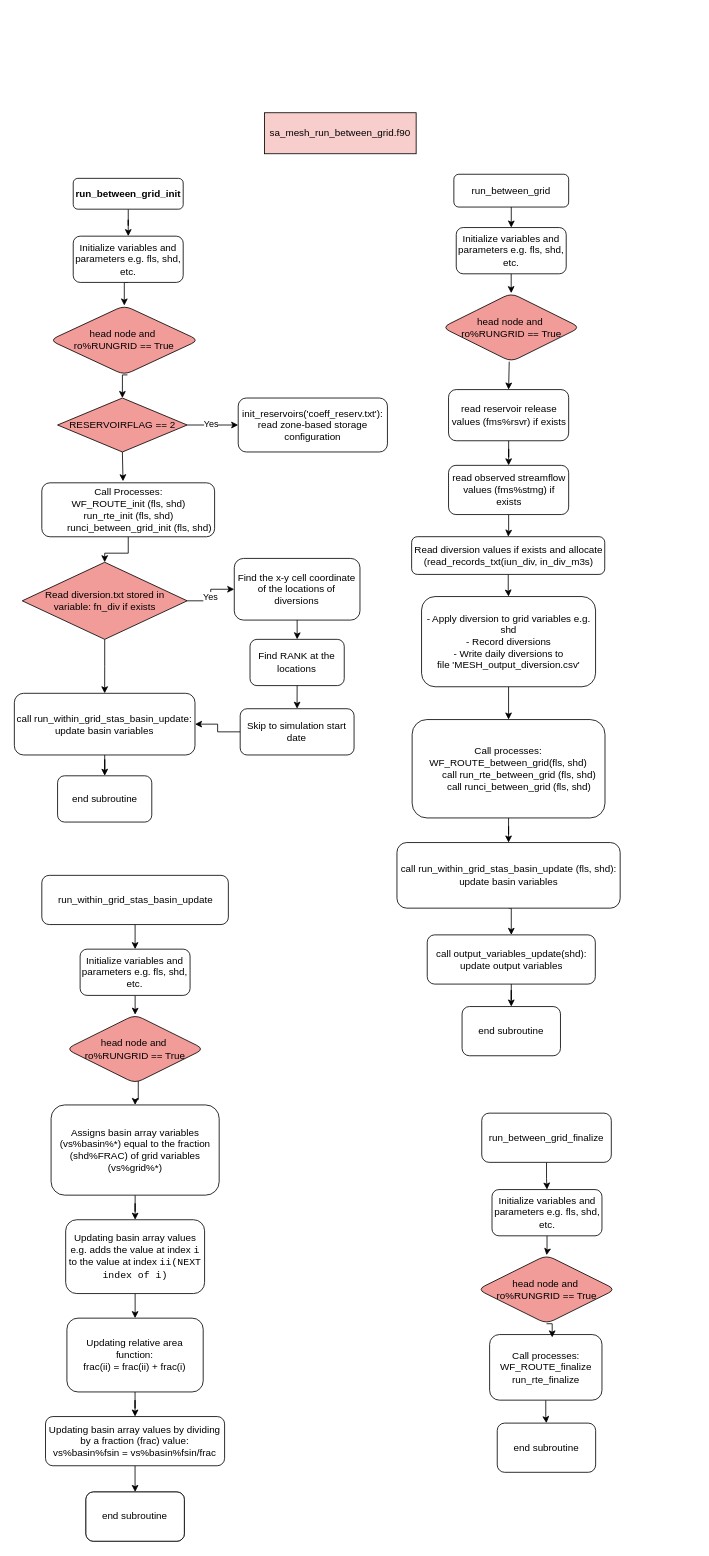
MeshMapping/r1860_ME_ZT-Mappings keeps this draw.io diagram as sa_mesh_run_between_grid.drawio. Above is the earlier version. Source tidied: cells renumbered, new cells numbered last; positions are measured from the earlier drawing's top-left corner, leaving out a move shared by most shapes. Both pictures are drawn from the tidied source at 82%, with x=0, y=0 at pixel (14, 112).
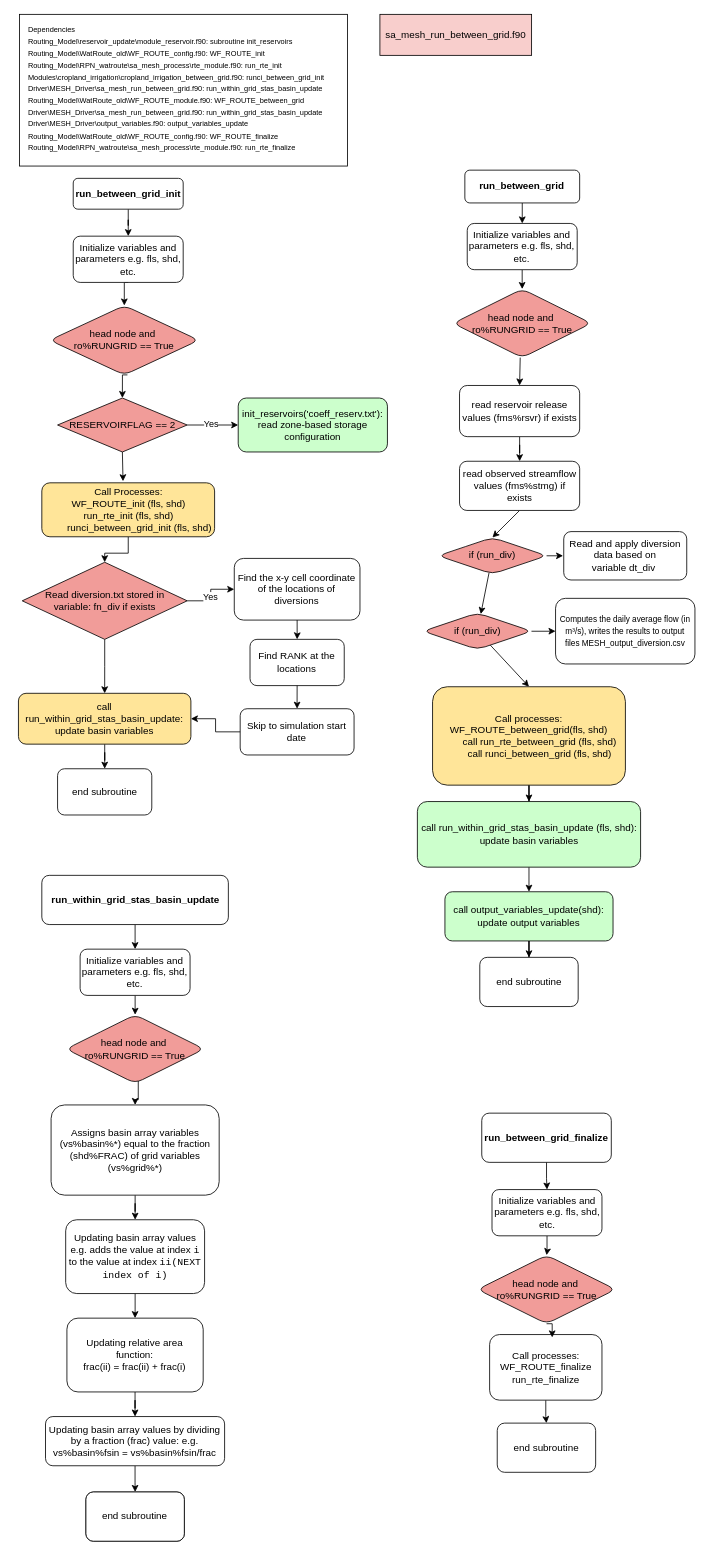
The same page after the edit.

Commit message (it also covers changes not shown here):
Modified some blocks and added list of dependencies

The change refers to these unchanged cells:
```xml
<mxCell id="3" style="group;" parent="1" vertex="1">
  <mxGeometry y="80" width="455" height="785" as="geometry" />
</mxCell>
<mxCell id="30" style="group;" parent="1" vertex="1">
  <mxGeometry x="33.5" y="930" width="227.5" height="812" as="geometry" />
</mxCell>
<mxCell id="47" style="group;" parent="1" vertex="1">
  <mxGeometry x="564.8" y="1220" width="168.5" height="438" as="geometry" />
</mxCell>
```

The edit, as a diff of the source:
```diff
@@
     <mxCell id="2" value="sa_mesh_run_between_grid.f90" style="rounded=0;whiteSpace=wrap;html=1;fillColor=#F8CECC;" parent="1" vertex="1">
-      <mxGeometry x="305" width="185" height="50" as="geometry" />
+      <mxGeometry x="445.8" y="-120" width="185" height="50" as="geometry" />
     </mxCell>
@@
-    <mxCell id="6" value="init_reservoirs('coeff_reserv.txt'):&lt;div&gt;read zone-based storage configuration&lt;/div&gt;" style="whiteSpace=wrap;html=1;rounded=1;" parent="3" vertex="1">
+    <mxCell id="6" value="init_reservoirs('coeff_reserv.txt'):&lt;div&gt;read zone-based storage configuration&lt;/div&gt;" style="whiteSpace=wrap;html=1;rounded=1;fillColor=#CCFFCC;" parent="3" vertex="1">
       <mxGeometry x="273" y="267.9" width="182" height="65.8" as="geometry" />
     </mxCell>
@@
-    <mxCell id="11" value="Call Processes:&lt;div&gt;&lt;div&gt;WF_ROUTE_init&amp;nbsp;(fls, shd)&lt;/div&gt;&lt;div&gt;run_rte_init&amp;nbsp;(fls, shd)&lt;/div&gt;&lt;div&gt;&amp;nbsp; &amp;nbsp; &amp;nbsp; &amp;nbsp; runci_between_grid_init&amp;nbsp;(fls, shd)&lt;/div&gt;&lt;/div&gt;" style="rounded=1;whiteSpace=wrap;html=1;" parent="3" vertex="1">
+    <mxCell id="11" value="Call Processes:&lt;div&gt;&lt;div&gt;WF_ROUTE_init&amp;nbsp;(fls, shd)&lt;/div&gt;&lt;div&gt;run_rte_init&amp;nbsp;(fls, shd)&lt;/div&gt;&lt;div&gt;&amp;nbsp; &amp;nbsp; &amp;nbsp; &amp;nbsp; runci_between_grid_init&amp;nbsp;(fls, shd)&lt;/div&gt;&lt;/div&gt;" style="rounded=1;whiteSpace=wrap;html=1;fillColor=#FFE599;" parent="3" vertex="1">
       <mxGeometry x="33.5" y="371.3" width="210.7" height="65.8" as="geometry" />
     </mxCell>
@@
-    <mxCell id="14" value="call run_within_grid_stas_basin_update:&lt;div&gt;update basin variables&lt;/div&gt;" style="whiteSpace=wrap;html=1;rounded=1;" parent="3" vertex="1">
-      <mxGeometry y="628" width="220.3" height="75.2" as="geometry" />
+    <mxCell id="14" value="call run_within_grid_stas_basin_update:&lt;div&gt;update basin variables&lt;/div&gt;" style="whiteSpace=wrap;html=1;rounded=1;fillColor=#FFE599;" parent="3" vertex="1">
+      <mxGeometry x="5" y="628" width="210.3" height="62" as="geometry" />
     </mxCell>
     <mxCell id="15" value="end subroutine" style="whiteSpace=wrap;html=1;rounded=1;" parent="3" vertex="1">
-      <mxGeometry x="52.7" y="728.6" width="114.9" height="56.4" as="geometry" />
+      <mxGeometry x="52.7" y="720" width="114.9" height="56.4" as="geometry" />
     </mxCell>
@@
-    <mxCell id="32" value="run_within_grid_stas_basin_update" style="rounded=1;whiteSpace=wrap;html=1;" parent="30" vertex="1">
+    <mxCell id="32" value="&lt;b&gt;run_within_grid_stas_basin_update&lt;/b&gt;" style="rounded=1;whiteSpace=wrap;html=1;" parent="30" vertex="1">
       <mxGeometry width="227.5" height="60" as="geometry" />
     </mxCell>
@@
-    <mxCell id="41" value="Updating basin array values by dividing by a fraction (frac) value:&lt;br&gt;vs%basin%fsin = vs%basin%fsin/frac" style="whiteSpace=wrap;html=1;rounded=1;" parent="30" vertex="1">
+    <mxCell id="41" value="Updating basin array values by dividing by a fraction (frac) value: e.g.&lt;br&gt;vs%basin%fsin = vs%basin%fsin/frac" style="whiteSpace=wrap;html=1;rounded=1;" parent="30" vertex="1">
       <mxGeometry x="4.5" y="660" width="218.4" height="60" as="geometry" />
     </mxCell>
@@
-    <mxCell id="49" value="run_between_grid_finalize" style="rounded=1;whiteSpace=wrap;html=1;" parent="47" vertex="1">
+    <mxCell id="49" value="&lt;b&gt;run_between_grid_finalize&lt;/b&gt;" style="rounded=1;whiteSpace=wrap;html=1;" parent="47" vertex="1">
       <mxGeometry x="5.2" width="158" height="60" as="geometry" />
     </mxCell>
@@
-    <mxCell id="57" style="group;" parent="1" vertex="1">
-      <mxGeometry x="466.6" y="75" width="272.2" height="1075" as="geometry" />
-    </mxCell>
-    <mxCell id="58" style="edgeStyle=orthogonalEdgeStyle;rounded=0;jettySize=auto;html=1;entryX=0.5;entryY=0;entryDx=0;entryDy=0;" parent="57" edge="1" source="59" target="61">
+    <mxCell id="58" style="edgeStyle=orthogonalEdgeStyle;rounded=0;jettySize=auto;html=1;entryX=0.5;entryY=0;entryDx=0;entryDy=0;" parent="1" edge="1" source="59" target="61">
       <mxGeometry relative="1" as="geometry" />
     </mxCell>
-    <mxCell id="59" value="run_between_grid" style="rounded=1;whiteSpace=wrap;html=1;" parent="57" vertex="1">
-      <mxGeometry x="69.4" width="140" height="40" as="geometry" />
+    <mxCell id="59" value="&lt;b&gt;run_between_grid&lt;/b&gt;" style="rounded=1;whiteSpace=wrap;html=1;" parent="1" vertex="1">
+      <mxGeometry x="549.4" y="70" width="140" height="40" as="geometry" />
     </mxCell>
-    <mxCell id="60" style="edgeStyle=orthogonalEdgeStyle;rounded=0;jettySize=auto;html=1;entryX=0.5;entryY=0;entryDx=0;entryDy=0;" parent="57" edge="1" source="61" target="62">
+    <mxCell id="60" style="edgeStyle=orthogonalEdgeStyle;rounded=0;jettySize=auto;html=1;entryX=0.5;entryY=0;entryDx=0;entryDy=0;" parent="1" edge="1" source="61" target="62">
       <mxGeometry relative="1" as="geometry" />
     </mxCell>
-    <mxCell id="61" value="Initialize variables and parameters e.g. fls, shd, etc." style="rounded=1;whiteSpace=wrap;html=1;" parent="57" vertex="1">
-      <mxGeometry x="72.3" y="65" width="134.1" height="56.4" as="geometry" />
+    <mxCell id="61" value="Initialize variables and parameters e.g. fls, shd, etc." style="rounded=1;whiteSpace=wrap;html=1;" parent="1" vertex="1">
+      <mxGeometry x="552.3" y="135" width="134.1" height="56.4" as="geometry" />
     </mxCell>
-    <mxCell id="62" value="head node and&amp;nbsp;&lt;div&gt;ro%RUNGRID == True&lt;/div&gt;" style="rhombus;whiteSpace=wrap;html=1;rounded=1;fillColor=#F19C99;" parent="57" vertex="1">
-      <mxGeometry x="55.1" y="145" width="168.5" height="83.6" as="geometry" />
+    <mxCell id="62" value="head node and&amp;nbsp;&lt;div&gt;ro%RUNGRID == True&lt;/div&gt;" style="rhombus;whiteSpace=wrap;html=1;rounded=1;fillColor=#F19C99;" parent="1" vertex="1">
+      <mxGeometry x="535.1" y="215" width="168.5" height="83.6" as="geometry" />
     </mxCell>
-    <mxCell id="63" style="edgeStyle=orthogonalEdgeStyle;rounded=0;jettySize=auto;html=1;" parent="57" edge="1" source="64" target="66">
+    <mxCell id="63" style="edgeStyle=orthogonalEdgeStyle;rounded=0;jettySize=auto;html=1;" parent="1" edge="1" source="64" target="66">
       <mxGeometry relative="1" as="geometry" />
     </mxCell>
-    <mxCell id="64" value="read reservoir release values (fms%rsvr) if exists" style="whiteSpace=wrap;html=1;rounded=1;" parent="57" vertex="1">
-      <mxGeometry x="62.9" y="262.6" width="146.5" height="62.4" as="geometry" />
+    <mxCell id="64" value="read reservoir release values (fms%rsvr) if exists" style="whiteSpace=wrap;html=1;rounded=1;" parent="1" vertex="1">
+      <mxGeometry x="542.9" y="332.6" width="146.5" height="62.4" as="geometry" />
     </mxCell>
-    <mxCell id="65" style="edgeStyle=orthogonalEdgeStyle;rounded=0;jettySize=auto;html=1;" parent="57" edge="1" source="66" target="68">
-      <mxGeometry relative="1" as="geometry" />
-    </mxCell>
+    <mxCell id="80" style="rounded=0;jettySize=auto;html=1;exitX=0.5;exitY=1;exitDx=0;exitDy=0;entryX=0.5;entryY=0;entryDx=0;entryDy=0;" parent="1" edge="1" source="66" target="83">
+      <mxGeometry relative="1" as="geometry" />
+    </mxCell>
-    <mxCell id="66" value="read observed streamflow values (fms%stmg) if exists" style="whiteSpace=wrap;html=1;rounded=1;" parent="57" vertex="1">
-      <mxGeometry x="62.9" y="355" width="146.5" height="60" as="geometry" />
+    <mxCell id="66" value="read observed streamflow values (fms%stmg) if exists" style="whiteSpace=wrap;html=1;rounded=1;" parent="1" vertex="1">
+      <mxGeometry x="542.9" y="425" width="146.5" height="60" as="geometry" />
     </mxCell>
-    <mxCell id="67" style="edgeStyle=orthogonalEdgeStyle;rounded=0;jettySize=auto;html=1;" parent="57" edge="1" source="68" target="71">
-      <mxGeometry relative="1" as="geometry" />
-    </mxCell>
-    <mxCell id="68" value="Read diversion values if exists and allocate&lt;div&gt;(read_records_txt(iun_div, in_div_m3s)&lt;/div&gt;" style="whiteSpace=wrap;html=1;rounded=1;" parent="57" vertex="1">
-      <mxGeometry x="17.9" y="442" width="235.5" height="46" as="geometry" />
+    <mxCell id="68" value="Read and apply diversion data based on variable&amp;nbsp;dt_div&amp;nbsp;" style="whiteSpace=wrap;html=1;rounded=1;" parent="1" vertex="1">
+      <mxGeometry x="670" y="510.8" width="150" height="59" as="geometry" />
     </mxCell>
-    <mxCell id="69" style="edgeStyle=orthogonalEdgeStyle;rounded=0;jettySize=auto;html=1;" parent="57" edge="1" target="73">
+    <mxCell id="69" style="edgeStyle=orthogonalEdgeStyle;rounded=0;jettySize=auto;html=1;" parent="1" edge="1" target="73">
       <mxGeometry relative="1" as="geometry">
-        <mxPoint x="149.7" y="685" as="sourcePoint" />
+        <mxPoint x="629.7" y="755" as="sourcePoint" />
       </mxGeometry>
     </mxCell>
-    <mxCell id="70" style="edgeStyle=orthogonalEdgeStyle;rounded=0;jettySize=auto;html=1;entryX=0.5;entryY=0;entryDx=0;entryDy=0;" parent="57" edge="1" source="71" target="73">
+    <mxCell id="70" style="rounded=0;jettySize=auto;html=1;entryX=0.5;entryY=0;entryDx=0;entryDy=0;" parent="1" edge="1" source="85" target="73">
       <mxGeometry relative="1" as="geometry" />
     </mxCell>
-    <mxCell id="71" value="- Apply diversion to grid variables e.g. shd&lt;div&gt;- Record diversions&lt;/div&gt;&lt;div&gt;- Write daily diversions to file&amp;nbsp;'MESH_output_diversion.csv'&lt;/div&gt;" style="whiteSpace=wrap;html=1;rounded=1;" parent="57" vertex="1">
-      <mxGeometry x="30" y="515" width="212.2" height="110" as="geometry" />
-    </mxCell>
-    <mxCell id="72" style="edgeStyle=orthogonalEdgeStyle;rounded=0;jettySize=auto;html=1;entryX=0.5;entryY=0;entryDx=0;entryDy=0;" parent="57" edge="1" source="73" target="75">
+    <mxCell id="72" style="edgeStyle=orthogonalEdgeStyle;rounded=0;jettySize=auto;html=1;entryX=0.5;entryY=0;entryDx=0;entryDy=0;" parent="1" edge="1" source="73" target="75">
       <mxGeometry relative="1" as="geometry" />
     </mxCell>
-    <mxCell id="73" value="&lt;div&gt;Call processes:&lt;/div&gt;&lt;div&gt;WF_ROUTE_between_grid(fls, shd)&lt;/div&gt;&lt;div&gt;&amp;nbsp; &amp;nbsp; &amp;nbsp; &amp;nbsp; call run_rte_between_grid&amp;nbsp;(fls, shd)&lt;/div&gt;&lt;div&gt;&amp;nbsp; &amp;nbsp; &amp;nbsp; &amp;nbsp; call runci_between_grid&amp;nbsp;(fls, shd)&lt;/div&gt;" style="whiteSpace=wrap;html=1;rounded=1;" parent="57" vertex="1">
-      <mxGeometry x="18.5" y="665" width="235.2" height="120" as="geometry" />
+    <mxCell id="73" value="&lt;div&gt;Call processes:&lt;/div&gt;&lt;div&gt;WF_ROUTE_between_grid(fls, shd)&lt;/div&gt;&lt;div&gt;&amp;nbsp; &amp;nbsp; &amp;nbsp; &amp;nbsp; call run_rte_between_grid&amp;nbsp;(fls, shd)&lt;/div&gt;&lt;div&gt;&amp;nbsp; &amp;nbsp; &amp;nbsp; &amp;nbsp; call runci_between_grid&amp;nbsp;(fls, shd)&lt;/div&gt;" style="whiteSpace=wrap;html=1;rounded=1;fillColor=#FFE599;" parent="1" vertex="1">
+      <mxGeometry x="510" y="700" width="235.2" height="120" as="geometry" />
     </mxCell>
-    <mxCell id="74" style="edgeStyle=orthogonalEdgeStyle;rounded=0;jettySize=auto;html=1;exitX=0.5;exitY=1;exitDx=0;exitDy=0;entryX=0.5;entryY=0;entryDx=0;entryDy=0;" parent="57" edge="1" source="75" target="77">
+    <mxCell id="74" style="edgeStyle=orthogonalEdgeStyle;rounded=0;jettySize=auto;html=1;exitX=0.5;exitY=1;exitDx=0;exitDy=0;entryX=0.5;entryY=0;entryDx=0;entryDy=0;" parent="1" edge="1" source="75" target="77">
       <mxGeometry relative="1" as="geometry" />
     </mxCell>
-    <mxCell id="75" value="call run_within_grid_stas_basin_update (fls, shd):&lt;div&gt;update basin variables&lt;/div&gt;" style="whiteSpace=wrap;html=1;rounded=1;" parent="57" vertex="1">
-      <mxGeometry y="815" width="272.2" height="80" as="geometry" />
+    <mxCell id="75" value="call run_within_grid_stas_basin_update (fls, shd):&lt;div&gt;update basin variables&lt;/div&gt;" style="whiteSpace=wrap;html=1;rounded=1;fillColor=#CCFFCC;" parent="1" vertex="1">
+      <mxGeometry x="491.5" y="840" width="272.2" height="80" as="geometry" />
     </mxCell>
-    <mxCell id="76" style="edgeStyle=orthogonalEdgeStyle;rounded=0;jettySize=auto;html=1;exitX=0.5;exitY=1;exitDx=0;exitDy=0;" parent="57" edge="1" source="77" target="78">
+    <mxCell id="76" style="edgeStyle=orthogonalEdgeStyle;rounded=0;jettySize=auto;html=1;exitX=0.5;exitY=1;exitDx=0;exitDy=0;" parent="1" edge="1" source="77" target="78">
       <mxGeometry relative="1" as="geometry" />
     </mxCell>
-    <mxCell id="77" value="call output_variables_update(shd):&lt;div&gt;update output variables&lt;/div&gt;" style="whiteSpace=wrap;html=1;rounded=1;" parent="57" vertex="1">
-      <mxGeometry x="36.9" y="927.6" width="205" height="60" as="geometry" />
+    <mxCell id="77" value="call output_variables_update(shd):&lt;div&gt;update output variables&lt;/div&gt;" style="whiteSpace=wrap;html=1;rounded=1;fillColor=#CCFFCC;" parent="1" vertex="1">
+      <mxGeometry x="525.1" y="950" width="205" height="60" as="geometry" />
     </mxCell>
-    <mxCell id="78" value="end subroutine" style="whiteSpace=wrap;html=1;rounded=1;" parent="57" vertex="1">
-      <mxGeometry x="79.4" y="1015" width="120" height="60" as="geometry" />
+    <mxCell id="78" value="end subroutine" style="whiteSpace=wrap;html=1;rounded=1;" parent="1" vertex="1">
+      <mxGeometry x="567.6" y="1030" width="120" height="60" as="geometry" />
     </mxCell>
-    <mxCell id="79" style="edgeStyle=orthogonalEdgeStyle;rounded=0;jettySize=auto;html=1;exitX=0.5;exitY=1;exitDx=0;exitDy=0;entryX=0.5;entryY=0;entryDx=0;entryDy=0;" parent="57" edge="1" target="64">
+    <mxCell id="79" style="edgeStyle=orthogonalEdgeStyle;rounded=0;jettySize=auto;html=1;exitX=0.5;exitY=1;exitDx=0;exitDy=0;entryX=0.5;entryY=0;entryDx=0;entryDy=0;" parent="1" edge="1" target="64">
       <mxGeometry relative="1" as="geometry">
-        <mxPoint x="136.9" y="228.6" as="sourcePoint" />
+        <mxPoint x="616.9" y="298.6" as="sourcePoint" />
       </mxGeometry>
     </mxCell>
+    <mxCell id="81" style="edgeStyle=orthogonalEdgeStyle;rounded=0;jettySize=auto;html=1;" parent="1" edge="1" source="83" target="68">
+      <mxGeometry relative="1" as="geometry" />
+    </mxCell>
+    <mxCell id="82" style="rounded=0;jettySize=auto;html=1;" parent="1" edge="1" source="83" target="85">
+      <mxGeometry relative="1" as="geometry" />
+    </mxCell>
+    <mxCell id="83" value="if (run_div)" style="rhombus;whiteSpace=wrap;html=1;rounded=1;fillColor=#F19C99;" parent="1" vertex="1">
+      <mxGeometry x="516.9" y="518" width="132.3" height="44.5" as="geometry" />
+    </mxCell>
+    <mxCell id="84" style="edgeStyle=orthogonalEdgeStyle;rounded=0;jettySize=auto;html=1;entryX=0;entryY=0.5;entryDx=0;entryDy=0;" parent="1" edge="1" source="85" target="86">
+      <mxGeometry relative="1" as="geometry" />
+    </mxCell>
+    <mxCell id="85" value="if (run_div)" style="rhombus;whiteSpace=wrap;html=1;rounded=1;fillColor=#F19C99;" parent="1" vertex="1">
+      <mxGeometry x="498.5" y="610" width="132.3" height="44.5" as="geometry" />
+    </mxCell>
+    <mxCell id="86" value="&lt;font style=&quot;font-size: 10px;&quot;&gt;Computes the daily average flow (in m³/s), writes the results to output files&amp;nbsp;MESH_output_diversion.csv&lt;/font&gt;" style="whiteSpace=wrap;html=1;fillColor=#FFFFFF;rounded=1;" parent="1" vertex="1">
+      <mxGeometry x="660" y="592.2" width="170" height="80" as="geometry" />
+    </mxCell>
+    <mxCell id="87" style="group;" parent="1" vertex="1">
+      <mxGeometry x="6.2" y="-120" width="400" height="185" as="geometry" />
+    </mxCell>
+    <mxCell id="88" style="rounded=0;whiteSpace=wrap;html=1;" parent="87" vertex="1">
+      <mxGeometry width="400" height="185" as="geometry" />
+    </mxCell>
+    <mxCell id="89" value="&lt;font style=&quot;font-size: 9px;&quot;&gt;Dependencies&lt;/font&gt;&lt;div&gt;&lt;font style=&quot;font-size: 9px;&quot;&gt;Routing_Model\reservoir_update\module_reservoir.f90: subroutine init_reservoirs&lt;/font&gt;&lt;br&gt;&lt;/div&gt;&lt;div&gt;&lt;font style=&quot;font-size: 9px;&quot;&gt;Routing_Model\WatRoute_old\WF_ROUTE_config.f90: WF_ROUTE_init&lt;/font&gt;&lt;br&gt;&lt;/div&gt;&lt;div&gt;&lt;font style=&quot;font-size: 9px;&quot;&gt;Routing_Model\RPN_watroute\sa_mesh_process\rte_module.f90: run_rte_init&lt;/font&gt;&lt;br&gt;&lt;/div&gt;&lt;div&gt;&lt;font style=&quot;font-size: 9px;&quot;&gt;Modules\cropland_irrigation\cropland_irrigation_between_grid.f90: runci_between_grid_init&lt;/font&gt;&lt;br&gt;&lt;/div&gt;&lt;div&gt;&lt;font style=&quot;font-size: 9px;&quot;&gt;Driver\MESH_Driver\sa_mesh_run_between_grid.f90: run_within_grid_stas_basin_update&lt;/font&gt;&lt;br&gt;&lt;/div&gt;&lt;div&gt;&lt;font style=&quot;font-size: 9px;&quot;&gt;Routing_Model\WatRoute_old\WF_ROUTE_module.f90: WF_ROUTE_between_grid&lt;br&gt;&lt;/font&gt;&lt;/div&gt;&lt;div&gt;&lt;div&gt;&lt;font style=&quot;font-size: 9px;&quot;&gt;Driver\MESH_Driver\sa_mesh_run_between_grid.f90: run_within_grid_stas_basin_update&lt;/font&gt;&lt;/div&gt;&lt;div&gt;&lt;font style=&quot;font-size: 9px;&quot;&gt;Driver\MESH_Driver\output_variables.f90: output_variables_update&lt;/font&gt;&lt;/div&gt;&lt;div&gt;&lt;font style=&quot;font-size: 9px;&quot;&gt;Routing_Model\WatRoute_old\WF_ROUTE_config.f90: WF_ROUTE_finalize&lt;/font&gt;&lt;/div&gt;&lt;div&gt;&lt;font style=&quot;font-size: 9px;&quot;&gt;Routing_Model\RPN_watroute\sa_mesh_process\rte_module.f90: run_rte_finalize&lt;/font&gt;&lt;/div&gt;&lt;/div&gt;" style="text;html=1;align=left;verticalAlign=middle;whiteSpace=wrap;rounded=0;" parent="87" vertex="1">
+      <mxGeometry x="9.2" width="380.8" height="180" as="geometry" />
+    </mxCell>
```
